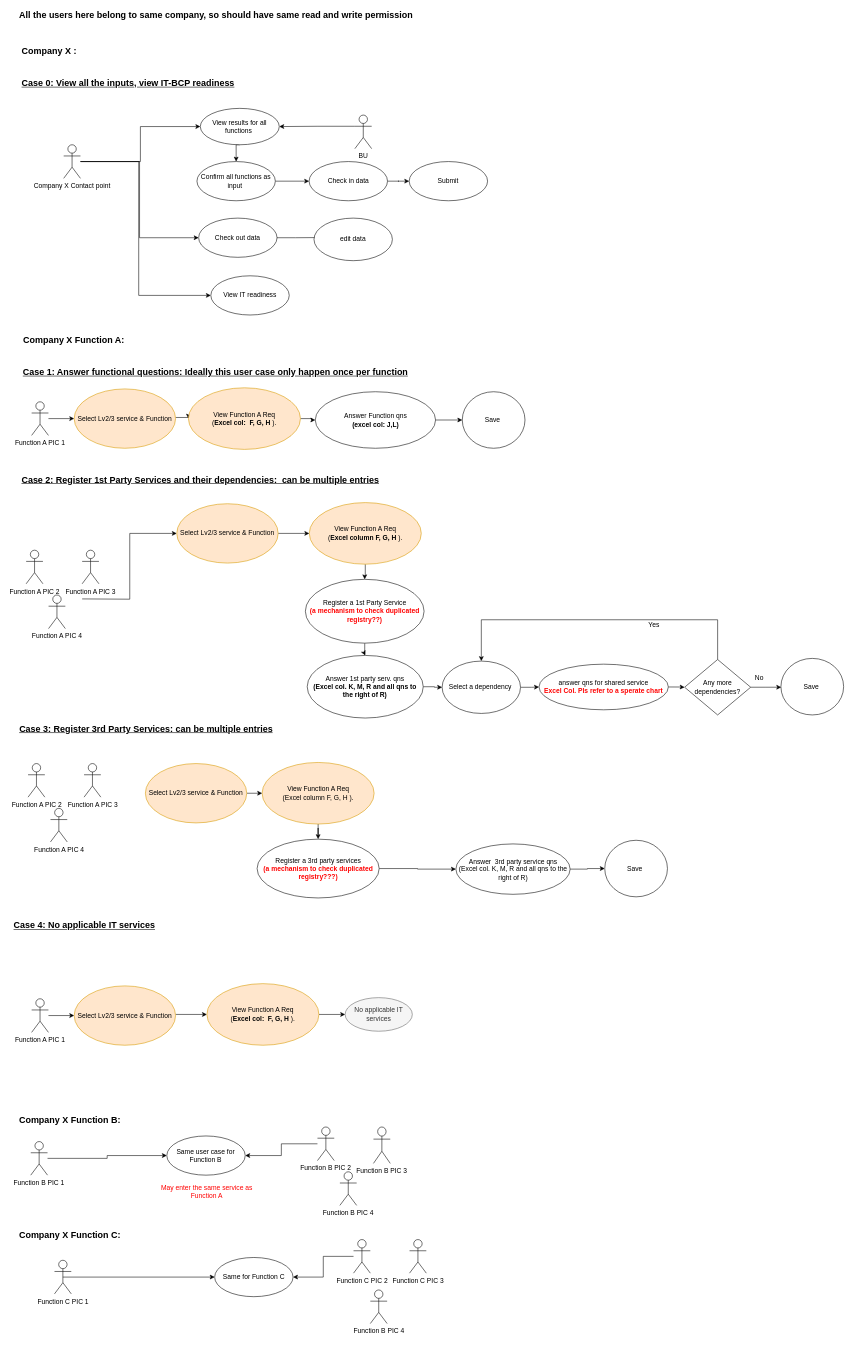
ZQ116/github-slideshow keeps this draw.io diagram as page "Company X" (1 of 5) of Untitled Diagram.drawio. Above is the earlier version. Source tidied: cells renumbered, new cells numbered last; positions are measured from the earlier drawing's top-left corner, leaving out a move shared by most shapes. Both pictures are drawn from the tidied source at 56%, with x=0, y=0 at pixel (10, 10).
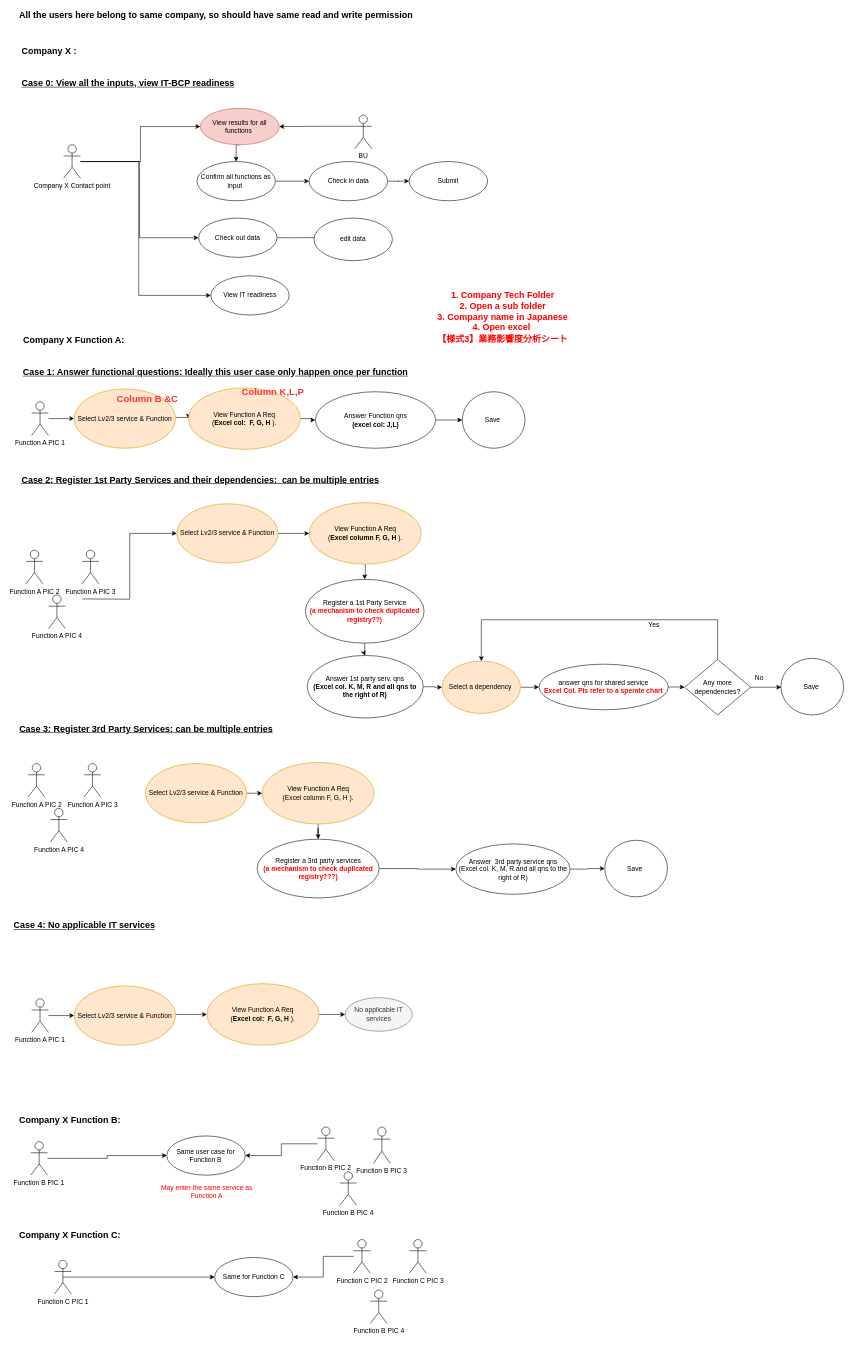
After the change.

The edit, as a diff of the source:
```diff
@@
-    <mxCell id="29" value="Select a dependency&amp;nbsp;" style="ellipse;whiteSpace=wrap;html=1;" parent="1" vertex="1">
+    <mxCell id="29" value="Select a dependency&amp;nbsp;" style="ellipse;whiteSpace=wrap;html=1;fillColor=#ffe6cc;strokeColor=#d79b00;" parent="1" vertex="1">
       <mxGeometry x="771" y="1163" width="140" height="93.5" as="geometry" />
     </mxCell>
@@
-    <mxCell id="41" value="View results for all functions&amp;nbsp;" style="ellipse;whiteSpace=wrap;html=1;" parent="1" vertex="1">
+    <mxCell id="41" value="View results for all functions&amp;nbsp;" style="ellipse;whiteSpace=wrap;html=1;fillColor=#f8cecc;strokeColor=#b85450;" parent="1" vertex="1">
       <mxGeometry x="339.2" y="176" width="141" height="65" as="geometry" />
     </mxCell>
@@
+    <mxCell id="94" value="&lt;span style=&quot;font-size: 11.0pt&quot;&gt;&lt;b style=&quot;font-size: 16px&quot;&gt;&lt;font color=&quot;#ff0000&quot; style=&quot;font-size: 16px&quot;&gt;1. Company Tech Folder&lt;br&gt;2. Open a sub folder&lt;br&gt;3. Company name in Japanese&lt;br&gt;4. Open excel&amp;nbsp;&lt;br&gt;【様式&lt;span lang=&quot;EN-US&quot;&gt;3&lt;/span&gt;】業務影響度分析シート&lt;/font&gt;&lt;/b&gt;&lt;br&gt;&lt;/span&gt;" style="text;html=1;strokeColor=none;fillColor=none;align=center;verticalAlign=middle;whiteSpace=wrap;rounded=0;" parent="1" vertex="1">
+      <mxGeometry x="752" y="484" width="255" height="127" as="geometry" />
+    </mxCell>
+    <mxCell id="95" value="&lt;font color=&quot;#ff3333&quot; style=&quot;font-size: 17px&quot;&gt;&lt;b&gt;Column B &amp;amp;C&lt;/b&gt;&lt;/font&gt;" style="text;html=1;strokeColor=none;fillColor=none;align=center;verticalAlign=middle;whiteSpace=wrap;rounded=0;" parent="1" vertex="1">
+      <mxGeometry x="181" y="686" width="128" height="20" as="geometry" />
+    </mxCell>
+    <mxCell id="96" value="&lt;font color=&quot;#ff3333&quot; style=&quot;font-size: 17px&quot;&gt;&lt;b&gt;Column K,L,P&lt;/b&gt;&lt;/font&gt;" style="text;html=1;strokeColor=none;fillColor=none;align=center;verticalAlign=middle;whiteSpace=wrap;rounded=0;" parent="1" vertex="1">
+      <mxGeometry x="405.2" y="673" width="128" height="20" as="geometry" />
+    </mxCell>
```
